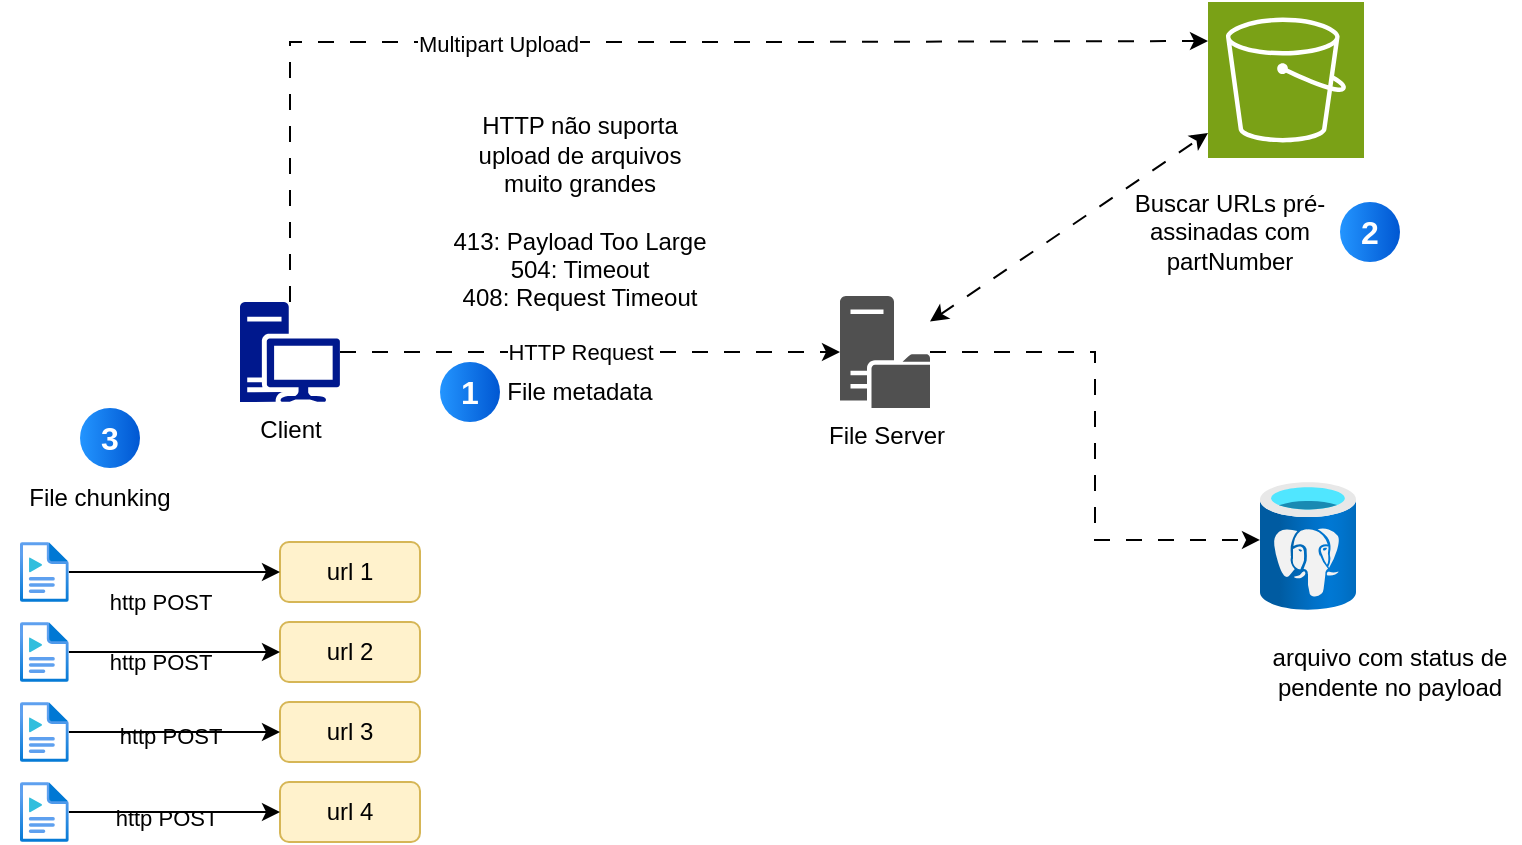
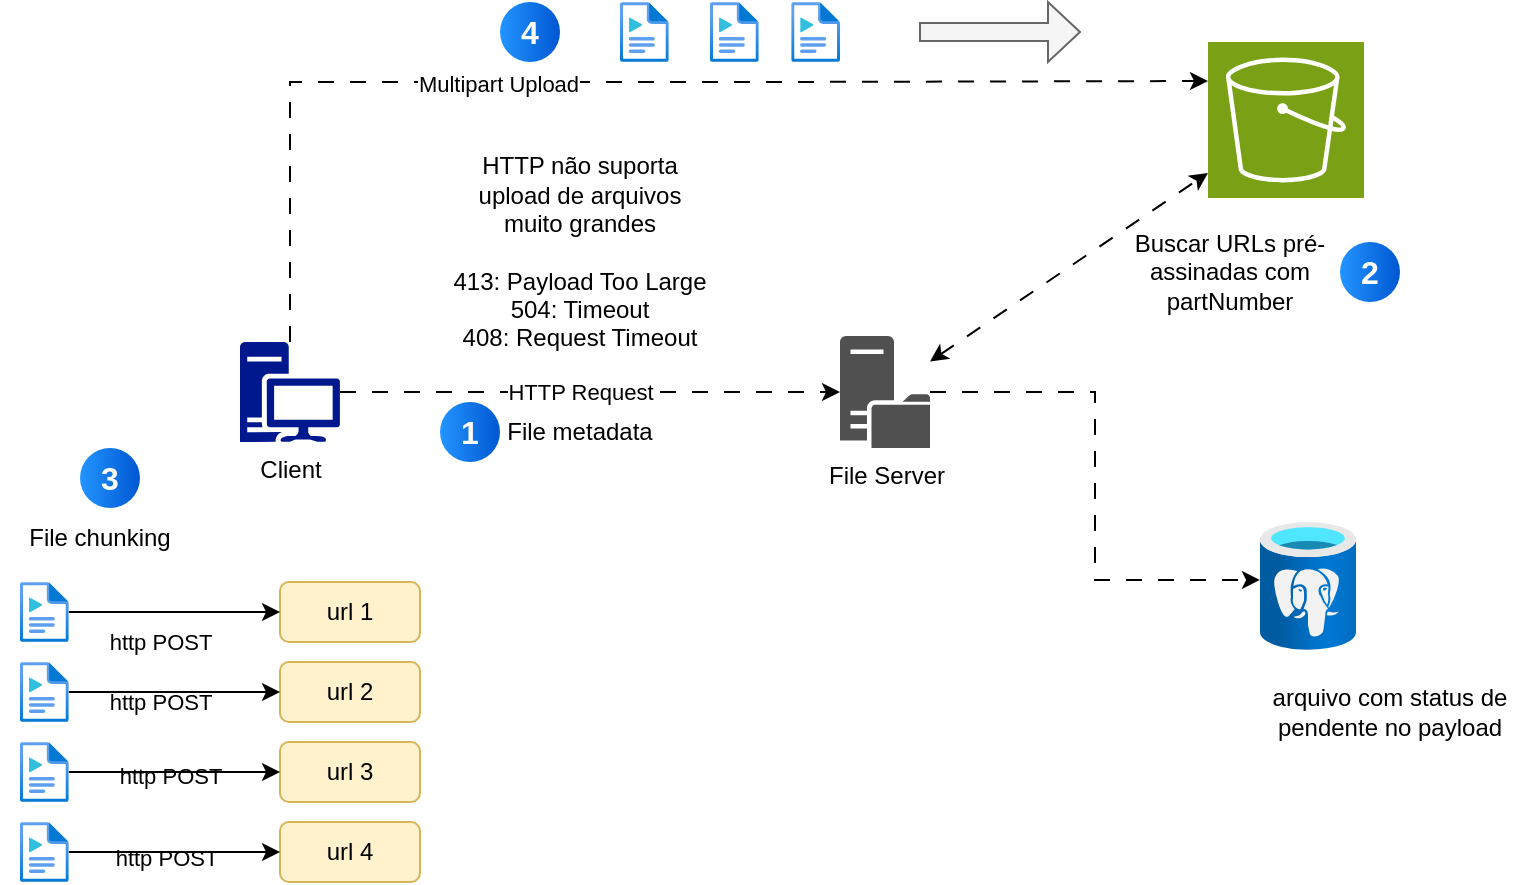
<mxfile host="app.diagrams.net">
  <diagram name="Página-1" id="4D3M8B96T3K3ZtQU1b3x">
    <mxGraphModel dx="1601" dy="1679" grid="1" gridSize="10" guides="1" tooltips="1" connect="1" arrows="1" fold="1" page="1" pageScale="1" pageWidth="827" pageHeight="1169" math="0" shadow="0">
      <root>
        <mxCell id="0" />
        <mxCell id="1" parent="0" />
        <mxCell id="fk9SJw6ftsK7bPstpn4Y-3" edge="1" parent="1" source="fk9SJw6ftsK7bPstpn4Y-1" style="edgeStyle=orthogonalEdgeStyle;rounded=0;orthogonalLoop=1;jettySize=auto;html=1;dashed=1;dashPattern=8 8;" target="fk9SJw6ftsK7bPstpn4Y-2">
          <mxGeometry relative="1" as="geometry" />
        </mxCell>
        <mxCell id="fk9SJw6ftsK7bPstpn4Y-6" connectable="0" parent="fk9SJw6ftsK7bPstpn4Y-3" style="edgeLabel;html=1;align=center;verticalAlign=middle;resizable=0;points=[];" value="HTTP Request" vertex="1">
          <mxGeometry relative="1" x="-0.288" as="geometry">
            <mxPoint x="31" as="offset" />
          </mxGeometry>
        </mxCell>
        <mxCell id="fk9SJw6ftsK7bPstpn4Y-1" parent="1" style="sketch=0;aspect=fixed;pointerEvents=1;shadow=0;dashed=0;html=1;strokeColor=none;labelPosition=center;verticalLabelPosition=bottom;verticalAlign=top;align=center;fillColor=#00188D;shape=mxgraph.mscae.enterprise.workstation_client" value="Client" vertex="1">
          <mxGeometry height="50" width="50" x="-70" y="90" as="geometry" />
        </mxCell>
        <mxCell id="fk9SJw6ftsK7bPstpn4Y-2" parent="1" style="sketch=0;pointerEvents=1;shadow=0;dashed=0;html=1;strokeColor=none;fillColor=#505050;labelPosition=center;verticalLabelPosition=bottom;verticalAlign=top;outlineConnect=0;align=center;shape=mxgraph.office.servers.file_server;" value="File Server" vertex="1">
          <mxGeometry height="56" width="45" x="230" y="87" as="geometry" />
        </mxCell>
        <mxCell id="fk9SJw6ftsK7bPstpn4Y-4" parent="1" style="sketch=0;points=[[0,0,0],[0.25,0,0],[0.5,0,0],[0.75,0,0],[1,0,0],[0,1,0],[0.25,1,0],[0.5,1,0],[0.75,1,0],[1,1,0],[0,0.25,0],[0,0.5,0],[0,0.75,0],[1,0.25,0],[1,0.5,0],[1,0.75,0]];outlineConnect=0;fontColor=#232F3E;fillColor=#7AA116;strokeColor=#ffffff;dashed=0;verticalLabelPosition=bottom;verticalAlign=top;align=center;html=1;fontSize=12;fontStyle=0;aspect=fixed;shape=mxgraph.aws4.resourceIcon;resIcon=mxgraph.aws4.s3;" value="" vertex="1">
          <mxGeometry height="78" width="78" x="414" y="-60" as="geometry" />
        </mxCell>
        <mxCell id="fk9SJw6ftsK7bPstpn4Y-7" parent="1" style="image;aspect=fixed;html=1;points=[];align=center;fontSize=12;image=img/lib/azure2/databases/Azure_Database_PostgreSQL_Server.svg;" value="" vertex="1">
          <mxGeometry height="64" width="48" x="440" y="180" as="geometry" />
        </mxCell>
        <mxCell id="fk9SJw6ftsK7bPstpn4Y-8" edge="1" parent="1" source="fk9SJw6ftsK7bPstpn4Y-2" style="edgeStyle=orthogonalEdgeStyle;rounded=0;orthogonalLoop=1;jettySize=auto;html=1;entryX=0;entryY=0.453;entryDx=0;entryDy=0;entryPerimeter=0;dashed=1;dashPattern=8 8;" target="fk9SJw6ftsK7bPstpn4Y-7">
          <mxGeometry relative="1" as="geometry" />
        </mxCell>
        <mxCell id="fk9SJw6ftsK7bPstpn4Y-13" parent="1" style="text;html=1;whiteSpace=wrap;strokeColor=none;fillColor=none;align=center;verticalAlign=middle;rounded=0;" value="HTTP não suporta upload de arquivos muito grandes&lt;div&gt;&lt;br&gt;&lt;/div&gt;&lt;div&gt;413: Payload Too Large&lt;div&gt;504: Timeout&lt;/div&gt;&lt;div&gt;408: Request Timeout&lt;/div&gt;&lt;/div&gt;" vertex="1">
          <mxGeometry height="30" width="130" x="35" y="30" as="geometry" />
        </mxCell>
        <mxCell id="h8KboTeERqfswfNuPOU6-1" edge="1" parent="1" source="fk9SJw6ftsK7bPstpn4Y-1" style="edgeStyle=orthogonalEdgeStyle;rounded=0;orthogonalLoop=1;jettySize=auto;html=1;entryX=0;entryY=0.25;entryDx=0;entryDy=0;entryPerimeter=0;dashed=1;dashPattern=8 8;" target="fk9SJw6ftsK7bPstpn4Y-4">
          <mxGeometry relative="1" as="geometry">
            <Array as="points">
              <mxPoint x="-45" y="-40" />
              <mxPoint x="197" y="-40" />
            </Array>
          </mxGeometry>
        </mxCell>
        <mxCell id="h8KboTeERqfswfNuPOU6-2" connectable="0" parent="h8KboTeERqfswfNuPOU6-1" style="edgeLabel;html=1;align=center;verticalAlign=middle;resizable=0;points=[];" value="Multipart Upload" vertex="1">
          <mxGeometry relative="1" x="-0.2054" y="-1" as="geometry">
            <mxPoint as="offset" />
          </mxGeometry>
        </mxCell>
        <mxCell id="h8KboTeERqfswfNuPOU6-3" parent="1" style="text;html=1;whiteSpace=wrap;strokeColor=none;fillColor=none;align=center;verticalAlign=middle;rounded=0;" value="File metadata" vertex="1">
          <mxGeometry height="30" width="80" x="60" y="120" as="geometry" />
        </mxCell>
        <mxCell id="h8KboTeERqfswfNuPOU6-4" parent="1" style="text;html=1;whiteSpace=wrap;strokeColor=none;fillColor=none;align=center;verticalAlign=middle;rounded=0;" value="arquivo com status de pendente no payload" vertex="1">
          <mxGeometry height="30" width="130" x="440" y="260" as="geometry" />
        </mxCell>
        <mxCell id="h8KboTeERqfswfNuPOU6-5" parent="1" style="text;html=1;whiteSpace=wrap;strokeColor=none;fillColor=none;align=center;verticalAlign=middle;rounded=0;" value="Buscar URLs pré-assinadas com partNumber" vertex="1">
          <mxGeometry height="30" width="110" x="370" y="40" as="geometry" />
        </mxCell>
        <mxCell id="h8KboTeERqfswfNuPOU6-6" edge="1" parent="1" source="fk9SJw6ftsK7bPstpn4Y-2" style="html=1;labelBackgroundColor=#ffffff;startArrow=classic;startFill=1;startSize=6;endArrow=classic;endFill=1;endSize=6;jettySize=auto;orthogonalLoop=1;strokeWidth=1;fontSize=14;rounded=0;dashed=1;dashPattern=8 8;" target="fk9SJw6ftsK7bPstpn4Y-4" value="">
          <mxGeometry height="60" relative="1" width="60" as="geometry">
            <mxPoint x="370" y="60" as="sourcePoint" />
            <mxPoint x="430" as="targetPoint" />
          </mxGeometry>
        </mxCell>
        <mxCell id="h8KboTeERqfswfNuPOU6-7" parent="1" style="rounded=1;whiteSpace=wrap;html=1;fillColor=#fff2cc;strokeColor=#d6b656;" value="url 1" vertex="1">
          <mxGeometry height="30" width="70" x="-50" y="210" as="geometry" />
        </mxCell>
        <mxCell id="h8KboTeERqfswfNuPOU6-8" parent="1" style="rounded=1;whiteSpace=wrap;html=1;fillColor=#fff2cc;strokeColor=#d6b656;" value="url 4" vertex="1">
          <mxGeometry height="30" width="70" x="-50" y="330" as="geometry" />
        </mxCell>
        <mxCell id="h8KboTeERqfswfNuPOU6-9" parent="1" style="rounded=1;whiteSpace=wrap;html=1;fillColor=#fff2cc;strokeColor=#d6b656;" value="url 3" vertex="1">
          <mxGeometry height="30" width="70" x="-50" y="290" as="geometry" />
        </mxCell>
        <mxCell id="h8KboTeERqfswfNuPOU6-10" parent="1" style="rounded=1;whiteSpace=wrap;html=1;fillColor=#fff2cc;strokeColor=#d6b656;" value="url 2" vertex="1">
          <mxGeometry height="30" width="70" x="-50" y="250" as="geometry" />
        </mxCell>
        <mxCell id="h8KboTeERqfswfNuPOU6-11" parent="1" style="ellipse;whiteSpace=wrap;html=1;aspect=fixed;rotation=0;gradientColor=#0057D2;strokeColor=none;gradientDirection=east;fillColor=#2395FF;rounded=0;pointerEvents=0;fontFamily=Helvetica;fontSize=16;fontColor=#FFFFFF;spacingTop=4;spacingBottom=4;spacingLeft=4;spacingRight=4;points=[];fontStyle=1" value="1" vertex="1">
          <mxGeometry height="30" width="30" x="30" y="120" as="geometry" />
        </mxCell>
        <mxCell id="h8KboTeERqfswfNuPOU6-12" parent="1" style="ellipse;whiteSpace=wrap;html=1;aspect=fixed;rotation=0;gradientColor=#0057D2;strokeColor=none;gradientDirection=east;fillColor=#2395FF;rounded=0;pointerEvents=0;fontFamily=Helvetica;fontSize=16;fontColor=#FFFFFF;spacingTop=4;spacingBottom=4;spacingLeft=4;spacingRight=4;points=[];fontStyle=1" value="2" vertex="1">
          <mxGeometry height="30" width="30" x="480" y="40" as="geometry" />
        </mxCell>
        <mxCell id="h8KboTeERqfswfNuPOU6-13" parent="1" style="ellipse;whiteSpace=wrap;html=1;aspect=fixed;rotation=0;gradientColor=#0057D2;strokeColor=none;gradientDirection=east;fillColor=#2395FF;rounded=0;pointerEvents=0;fontFamily=Helvetica;fontSize=16;fontColor=#FFFFFF;spacingTop=4;spacingBottom=4;spacingLeft=4;spacingRight=4;points=[];fontStyle=1" value="3" vertex="1">
          <mxGeometry height="30" width="30" x="-150" y="143" as="geometry" />
        </mxCell>
        <mxCell id="h8KboTeERqfswfNuPOU6-14" parent="1" style="text;html=1;whiteSpace=wrap;strokeColor=none;fillColor=none;align=center;verticalAlign=middle;rounded=0;" value="File chunking" vertex="1">
          <mxGeometry height="30" width="100" x="-190" y="173" as="geometry" />
        </mxCell>
        <mxCell id="h8KboTeERqfswfNuPOU6-16" edge="1" parent="1" source="h8KboTeERqfswfNuPOU6-15" style="edgeStyle=orthogonalEdgeStyle;rounded=0;orthogonalLoop=1;jettySize=auto;html=1;" target="h8KboTeERqfswfNuPOU6-7" value="">
          <mxGeometry relative="1" as="geometry" />
        </mxCell>
        <mxCell id="h8KboTeERqfswfNuPOU6-17" connectable="0" parent="h8KboTeERqfswfNuPOU6-16" style="edgeLabel;html=1;align=center;verticalAlign=middle;resizable=0;points=[];labelBackgroundColor=default;" value="http POST&lt;span style=&quot;white-space: pre;&quot;&gt;&#x9;&lt;/span&gt;" vertex="1">
          <mxGeometry relative="1" x="-0.4857" y="5" as="geometry">
            <mxPoint x="29" y="20" as="offset" />
          </mxGeometry>
        </mxCell>
        <mxCell id="h8KboTeERqfswfNuPOU6-15" parent="1" style="image;aspect=fixed;html=1;points=[];align=center;fontSize=12;image=img/lib/azure2/general/Media_File.svg;" value="" vertex="1">
          <mxGeometry height="30" width="24.38" x="-180" y="210" as="geometry" />
        </mxCell>
        <mxCell id="h8KboTeERqfswfNuPOU6-21" connectable="0" parent="1" style="edgeLabel;html=1;align=center;verticalAlign=middle;resizable=0;points=[];labelBackgroundColor=default;" value="http POST&lt;span style=&quot;white-space: pre;&quot;&gt;&#x9;&lt;/span&gt;" vertex="1">
          <mxGeometry x="-99.61999999999989" y="259" as="geometry">
            <mxPoint y="11" as="offset" />
          </mxGeometry>
        </mxCell>
        <mxCell id="h8KboTeERqfswfNuPOU6-29" edge="1" parent="1" source="h8KboTeERqfswfNuPOU6-22" style="edgeStyle=orthogonalEdgeStyle;rounded=0;orthogonalLoop=1;jettySize=auto;html=1;" target="h8KboTeERqfswfNuPOU6-10">
          <mxGeometry relative="1" as="geometry" />
        </mxCell>
        <mxCell id="h8KboTeERqfswfNuPOU6-22" parent="1" style="image;aspect=fixed;html=1;points=[];align=center;fontSize=12;image=img/lib/azure2/general/Media_File.svg;" value="" vertex="1">
          <mxGeometry height="30" width="24.38" x="-180" y="250" as="geometry" />
        </mxCell>
        <mxCell id="h8KboTeERqfswfNuPOU6-23" connectable="0" parent="1" style="edgeLabel;html=1;align=center;verticalAlign=middle;resizable=0;points=[];labelBackgroundColor=default;" value="http POST&lt;span style=&quot;white-space: pre;&quot;&gt;&#x9;&lt;/span&gt;" vertex="1">
          <mxGeometry x="-99.61999999999989" y="295" as="geometry">
            <mxPoint x="5" y="12" as="offset" />
          </mxGeometry>
        </mxCell>
        <mxCell id="h8KboTeERqfswfNuPOU6-28" edge="1" parent="1" source="h8KboTeERqfswfNuPOU6-24" style="edgeStyle=orthogonalEdgeStyle;rounded=0;orthogonalLoop=1;jettySize=auto;html=1;" target="h8KboTeERqfswfNuPOU6-9">
          <mxGeometry relative="1" as="geometry" />
        </mxCell>
        <mxCell id="h8KboTeERqfswfNuPOU6-24" parent="1" style="image;aspect=fixed;html=1;points=[];align=center;fontSize=12;image=img/lib/azure2/general/Media_File.svg;" value="" vertex="1">
          <mxGeometry height="30" width="24.38" x="-180" y="290" as="geometry" />
        </mxCell>
        <mxCell id="h8KboTeERqfswfNuPOU6-25" connectable="0" parent="1" style="edgeLabel;html=1;align=center;verticalAlign=middle;resizable=0;points=[];labelBackgroundColor=default;" value="http POST&lt;span style=&quot;white-space: pre;&quot;&gt;&#x9;&lt;/span&gt;" vertex="1">
          <mxGeometry x="-99.61999999999989" y="325" as="geometry">
            <mxPoint x="3" y="23" as="offset" />
          </mxGeometry>
        </mxCell>
        <mxCell id="h8KboTeERqfswfNuPOU6-27" edge="1" parent="1" source="h8KboTeERqfswfNuPOU6-26" style="edgeStyle=orthogonalEdgeStyle;rounded=0;orthogonalLoop=1;jettySize=auto;html=1;" target="h8KboTeERqfswfNuPOU6-8">
          <mxGeometry relative="1" as="geometry" />
        </mxCell>
        <mxCell id="h8KboTeERqfswfNuPOU6-26" parent="1" style="image;aspect=fixed;html=1;points=[];align=center;fontSize=12;image=img/lib/azure2/general/Media_File.svg;" value="" vertex="1">
          <mxGeometry height="30" width="24.38" x="-180" y="330" as="geometry" />
        </mxCell>
+         <mxCell id="h8KboTeERqfswfNuPOU6-30" parent="1" style="ellipse;whiteSpace=wrap;html=1;aspect=fixed;rotation=0;gradientColor=#0057D2;strokeColor=none;gradientDirection=east;fillColor=#2395FF;rounded=0;pointerEvents=0;fontFamily=Helvetica;fontSize=16;fontColor=#FFFFFF;spacingTop=4;spacingBottom=4;spacingLeft=4;spacingRight=4;points=[];fontStyle=1" value="4" vertex="1">
+           <mxGeometry height="30" width="30" x="60" y="-80" as="geometry" />
+         </mxCell>
+         <mxCell id="h8KboTeERqfswfNuPOU6-31" parent="1" style="image;aspect=fixed;html=1;points=[];align=center;fontSize=12;image=img/lib/azure2/general/Media_File.svg;" value="" vertex="1">
+           <mxGeometry height="30" width="24.38" x="120" y="-80" as="geometry" />
+         </mxCell>
+         <mxCell id="h8KboTeERqfswfNuPOU6-32" parent="1" style="image;aspect=fixed;html=1;points=[];align=center;fontSize=12;image=img/lib/azure2/general/Media_File.svg;" value="" vertex="1">
+           <mxGeometry height="30" width="24.38" x="165" y="-80" as="geometry" />
+         </mxCell>
+         <mxCell id="h8KboTeERqfswfNuPOU6-33" parent="1" style="image;aspect=fixed;html=1;points=[];align=center;fontSize=12;image=img/lib/azure2/general/Media_File.svg;" value="" vertex="1">
+           <mxGeometry height="30" width="24.38" x="205.62" y="-80" as="geometry" />
+         </mxCell>
+         <mxCell id="h8KboTeERqfswfNuPOU6-34" parent="1" style="shape=singleArrow;whiteSpace=wrap;html=1;fillColor=#f5f5f5;fontColor=#333333;strokeColor=#666666;" value="" vertex="1">
+           <mxGeometry height="30" width="80" x="270" y="-80" as="geometry" />
+         </mxCell>
      </root>
    </mxGraphModel>
  </diagram>
</mxfile>
